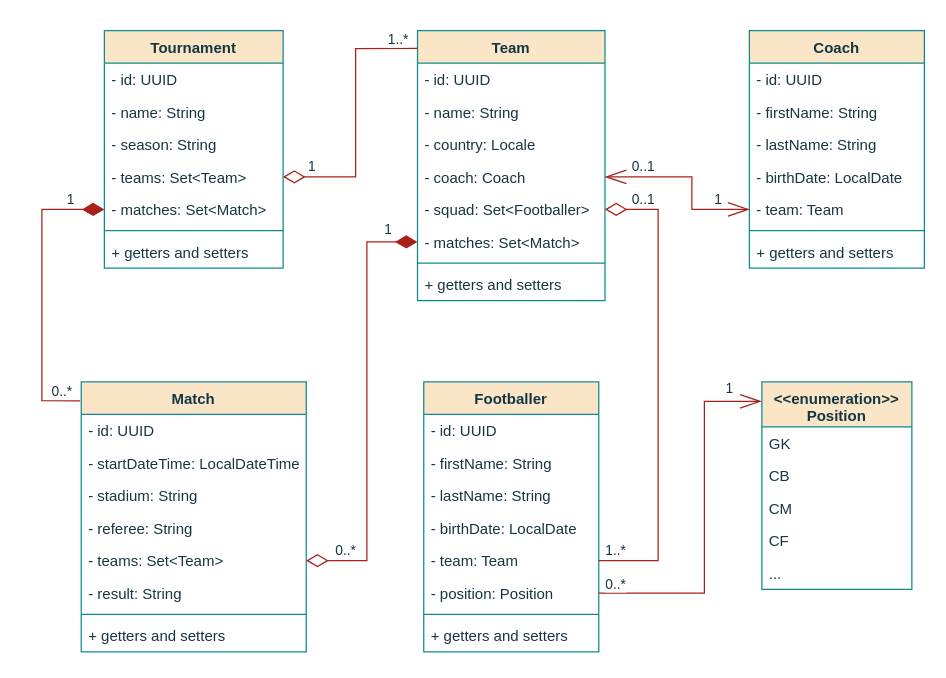
Above: diagram/uml-class-diagram.drawio in dyskop/uefa-demo (draw.io), before the change. Source tidied: cells renumbered, new cells numbered last; positions are measured from the earlier drawing's top-left corner, leaving out a move shared by most shapes. Both pictures are drawn from the tidied source at 125%, with x=0, y=0 at pixel (41, 30).
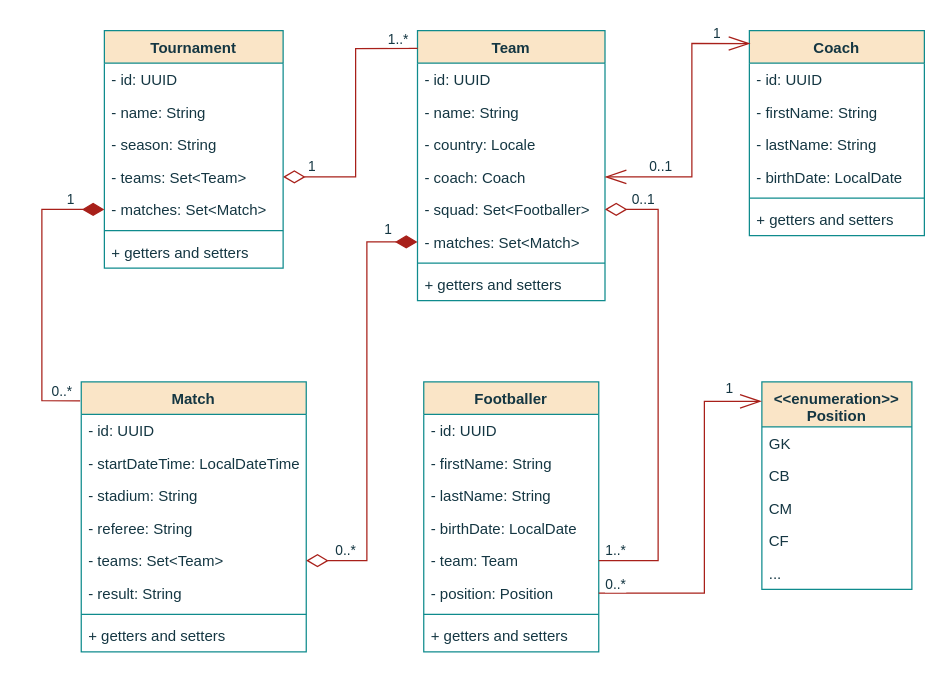
Above is the later version.

Unchanged cells that the change refers to:
```xml
<mxCell id="14" value="- coach: Coach" style="text;align=left;verticalAlign=top;spacingLeft=4;spacingRight=4;overflow=hidden;points=[[0,0.5],[1,0.5]];portConstraint=eastwest;rounded=0;labelBackgroundColor=none;fontColor=#143642;" parent="10" vertex="1">
  <mxGeometry y="104" width="150" height="26" as="geometry" />
</mxCell>
```

Change to the diagram source:
```diff
@@
     <mxCell id="19" value="Coach" style="swimlane;fontStyle=1;align=center;verticalAlign=top;horizontal=1;startSize=26;rounded=0;shadow=0;strokeWidth=1;labelBackgroundColor=none;fillColor=#FAE5C7;strokeColor=#0F8B8D;fontColor=#143642;" parent="1" vertex="1">
-      <mxGeometry x="566" width="140" height="190" as="geometry" />
+      <mxGeometry x="566" width="140" height="164" as="geometry" />
     </mxCell>
@@
-    <mxCell id="24" value="- team: Team" style="text;align=left;verticalAlign=top;spacingLeft=4;spacingRight=4;overflow=hidden;points=[[0,0.5],[1,0.5]];portConstraint=eastwest;rounded=0;labelBackgroundColor=none;fontColor=#143642;" parent="19" vertex="1">
-      <mxGeometry y="130" width="140" height="26" as="geometry" />
-    </mxCell>
     <mxCell id="25" style="line;html=1;strokeWidth=1;align=left;verticalAlign=middle;spacingTop=-1;spacingLeft=3;spacingRight=3;labelPosition=right;rounded=0;labelBackgroundColor=none;fillColor=#FAE5C7;strokeColor=#0F8B8D;fontColor=#143642;" parent="19" vertex="1">
-      <mxGeometry y="156" width="140" height="8" as="geometry" />
+      <mxGeometry y="130" width="140" height="8" as="geometry" />
     </mxCell>
     <mxCell id="26" value="+ getters and setters" style="text;align=left;verticalAlign=top;spacingLeft=4;spacingRight=4;overflow=hidden;rounded=0;labelBackgroundColor=none;fontColor=#143642;" parent="19" vertex="1">
-      <mxGeometry y="164" width="140" height="26" as="geometry" />
+      <mxGeometry y="138" width="140" height="26" as="geometry" />
     </mxCell>
@@
-    <mxCell id="54" style="endArrow=openThin;endFill=0;endSize=15;html=1;rounded=0;fontFamily=Helvetica;fontSize=12;fontColor=default;startSize=15;edgeStyle=orthogonalEdgeStyle;entryX=1;entryY=0.5;entryDx=0;entryDy=0;labelBackgroundColor=none;strokeColor=#A8201A;startArrow=openThin;startFill=0;exitX=0;exitY=0.5;exitDx=0;exitDy=0;" parent="1" edge="1" source="24" target="14">
+    <mxCell id="54" style="endArrow=openThin;endFill=0;endSize=15;html=1;rounded=0;fontFamily=Helvetica;fontSize=12;fontColor=default;startSize=15;edgeStyle=orthogonalEdgeStyle;entryX=1;entryY=0.5;entryDx=0;entryDy=0;labelBackgroundColor=none;strokeColor=#A8201A;startArrow=openThin;startFill=0;exitX=0.004;exitY=0.063;exitDx=0;exitDy=0;exitPerimeter=0;" parent="1" edge="1" source="19" target="14">
       <mxGeometry relative="1" as="geometry">
         <Array as="points">
-          <mxPoint x="520" y="143" />
+          <mxPoint x="520" y="10" />
           <mxPoint x="520" y="117" />
         </Array>
       </mxGeometry>
     </mxCell>
     <mxCell id="55" value="1" style="edgeLabel;html=1;align=center;verticalAlign=middle;fontColor=#143642;" parent="54" vertex="1">
       <mxGeometry x="-0.86" y="-5" relative="1" as="geometry">
-        <mxPoint x="-16" y="-4" as="offset" />
+        <mxPoint x="-11" y="-4" as="offset" />
       </mxGeometry>
     </mxCell>
```
